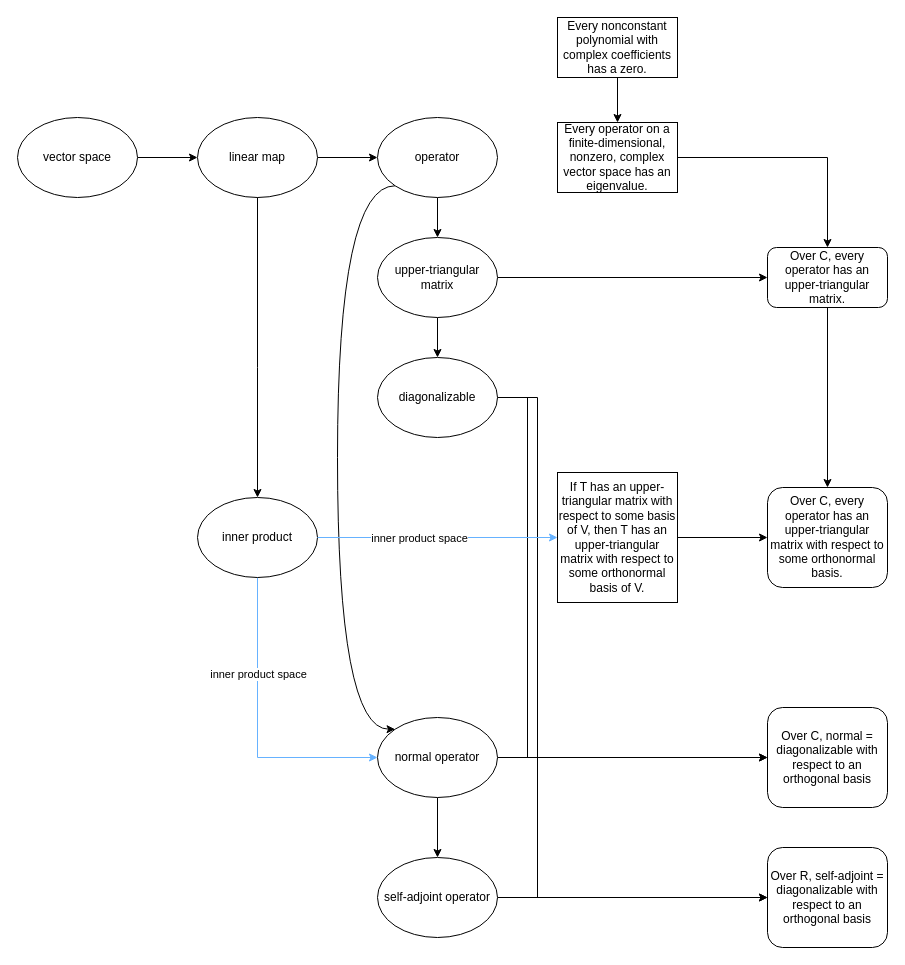
harwise/diagrams keeps this draw.io diagram as Untitled Diagram.drawio. Above is the earlier version. Source tidied: cells renumbered, new cells numbered last; positions are measured from the earlier drawing's top-left corner, leaving out a move shared by most shapes. Both pictures are drawn from the tidied source at 100%, with x=0, y=0 at pixel (17, 17).
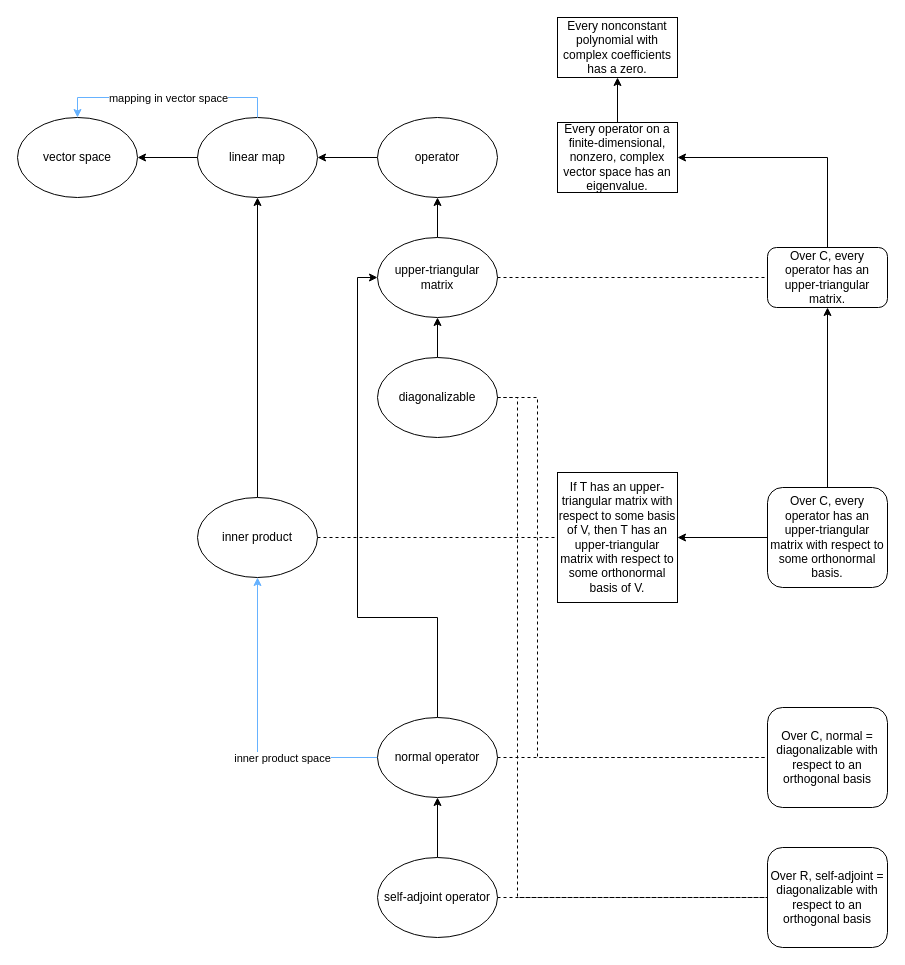
After the change.

Unchanged cells that the change refers to:
```xml
<mxCell id="3" value="linear map" style="ellipse;whiteSpace=wrap;html=1;" parent="1" vertex="1">
  <mxGeometry x="180" y="100" width="120" height="80" as="geometry" />
</mxCell>
<mxCell id="6" value="vector space" style="ellipse;whiteSpace=wrap;html=1;" parent="1" vertex="1">
  <mxGeometry y="100" width="120" height="80" as="geometry" />
</mxCell>
<mxCell id="9" value="operator" style="ellipse;whiteSpace=wrap;html=1;" parent="1" vertex="1">
  <mxGeometry x="360" y="100" width="120" height="80" as="geometry" />
</mxCell>
<mxCell id="12" value="upper-triangular matrix" style="ellipse;whiteSpace=wrap;html=1;" parent="1" vertex="1">
  <mxGeometry x="360" y="220" width="120" height="80" as="geometry" />
</mxCell>
<mxCell id="14" value="&lt;span&gt;Every nonconstant polynomial with complex coefficients has a zero.&lt;/span&gt;" style="rounded=0;whiteSpace=wrap;html=1;" parent="1" vertex="1">
  <mxGeometry x="540" width="120" height="60" as="geometry" />
</mxCell>
<mxCell id="16" value="&lt;span&gt;Every operator on a finite-dimensional, nonzero, complex vector space has an eigenvalue.&lt;/span&gt;" style="rounded=0;whiteSpace=wrap;html=1;" parent="1" vertex="1">
  <mxGeometry x="540" y="105" width="120" height="70" as="geometry" />
</mxCell>
<mxCell id="18" value="Over C, every operator has an upper-triangular matrix." style="rounded=1;whiteSpace=wrap;html=1;" parent="1" vertex="1">
  <mxGeometry x="750" y="230" width="120" height="60" as="geometry" />
</mxCell>
<mxCell id="21" value="diagonalizable" style="ellipse;whiteSpace=wrap;html=1;" parent="1" vertex="1">
  <mxGeometry x="360" y="340" width="120" height="80" as="geometry" />
</mxCell>
<mxCell id="24" value="inner product" style="ellipse;whiteSpace=wrap;html=1;" parent="1" vertex="1">
  <mxGeometry x="180" y="480" width="120" height="80" as="geometry" />
</mxCell>
<mxCell id="26" value="Over C, every operator has an upper-triangular matrix with respect to some orthonormal basis." style="rounded=1;whiteSpace=wrap;html=1;" parent="1" vertex="1">
  <mxGeometry x="750" y="470" width="120" height="100" as="geometry" />
</mxCell>
<mxCell id="27" value="&lt;span&gt;If T has an upper-triangular matrix with respect to some basis of V, then T has an upper-triangular matrix with respect to some orthonormal basis of V.&lt;/span&gt;" style="rounded=0;whiteSpace=wrap;html=1;" parent="1" vertex="1">
  <mxGeometry x="540" y="455" width="120" height="130" as="geometry" />
</mxCell>
<mxCell id="30" value="normal operator" style="ellipse;whiteSpace=wrap;html=1;" parent="1" vertex="1">
  <mxGeometry x="360" y="700" width="120" height="80" as="geometry" />
</mxCell>
<mxCell id="32" value="self-adjoint operator" style="ellipse;whiteSpace=wrap;html=1;" parent="1" vertex="1">
  <mxGeometry x="360" y="840" width="120" height="80" as="geometry" />
</mxCell>
<mxCell id="33" value="Over C, normal = diagonalizable with respect to an orthogonal basis" style="rounded=1;whiteSpace=wrap;html=1;" parent="1" vertex="1">
  <mxGeometry x="750" y="690" width="120" height="100" as="geometry" />
</mxCell>
<mxCell id="34" value="Over R, self-adjoint = diagonalizable with respect to an orthogonal basis" style="rounded=1;whiteSpace=wrap;html=1;" parent="1" vertex="1">
  <mxGeometry x="750" y="830" width="120" height="100" as="geometry" />
</mxCell>
```

The edit, as a diff of the source:
```diff
@@
-    <mxCell id="2" style="edgeStyle=orthogonalEdgeStyle;rounded=0;jettySize=auto;html=1;exitX=1;exitY=0.5;exitDx=0;exitDy=0;entryX=0;entryY=0.5;entryDx=0;entryDy=0;" parent="1" edge="1" source="3" target="9">
+    <mxCell id="2" style="edgeStyle=orthogonalEdgeStyle;rounded=0;jettySize=auto;html=1;exitX=0;exitY=0.5;exitDx=0;exitDy=0;entryX=1;entryY=0.5;entryDx=0;entryDy=0;" parent="1" edge="1" source="9" target="3">
       <mxGeometry relative="1" as="geometry" />
     </mxCell>
@@
-    <mxCell id="4" style="edgeStyle=orthogonalEdgeStyle;rounded=0;jettySize=auto;html=1;exitX=1;exitY=0.5;exitDx=0;exitDy=0;entryX=0;entryY=0.5;entryDx=0;entryDy=0;" parent="1" edge="1" source="6" target="3">
+    <mxCell id="4" style="edgeStyle=orthogonalEdgeStyle;rounded=0;jettySize=auto;html=1;exitX=0;exitY=0.5;exitDx=0;exitDy=0;entryX=1;entryY=0.5;entryDx=0;entryDy=0;" parent="1" edge="1" source="3" target="6">
       <mxGeometry relative="1" as="geometry" />
     </mxCell>
-    <mxCell id="5" style="edgeStyle=orthogonalEdgeStyle;rounded=0;jettySize=auto;html=1;exitX=0.5;exitY=1;exitDx=0;exitDy=0;entryX=0.5;entryY=0;entryDx=0;entryDy=0;" parent="1" edge="1" source="3" target="24">
-      <mxGeometry relative="1" as="geometry">
-        <Array as="points">
-          <mxPoint x="240" y="350" />
-          <mxPoint x="240" y="350" />
-        </Array>
-      </mxGeometry>
+    <mxCell id="5" style="edgeStyle=orthogonalEdgeStyle;rounded=0;jettySize=auto;html=1;entryX=0.5;entryY=1;entryDx=0;entryDy=0;" parent="1" edge="1" source="24" target="3">
+      <mxGeometry relative="1" as="geometry" />
     </mxCell>
@@
-    <mxCell id="7" style="edgeStyle=orthogonalEdgeStyle;rounded=0;jettySize=auto;html=1;exitX=0.5;exitY=1;exitDx=0;exitDy=0;" parent="1" edge="1" source="9" target="12">
+    <mxCell id="7" style="edgeStyle=orthogonalEdgeStyle;rounded=0;jettySize=auto;html=1;exitX=0.5;exitY=0;exitDx=0;exitDy=0;entryX=0.5;entryY=1;entryDx=0;entryDy=0;" parent="1" edge="1" source="12" target="9">
       <mxGeometry relative="1" as="geometry" />
     </mxCell>
-    <mxCell id="8" style="edgeStyle=orthogonalEdgeStyle;curved=1;rounded=0;jettySize=auto;html=1;exitX=0;exitY=1;exitDx=0;exitDy=0;entryX=0;entryY=0;entryDx=0;entryDy=0;" parent="1" edge="1" source="9" target="30">
-      <mxGeometry relative="1" as="geometry">
-        <Array as="points">
-          <mxPoint x="320" y="168" />
-          <mxPoint x="320" y="712" />
-        </Array>
-      </mxGeometry>
-    </mxCell>
@@
-    <mxCell id="10" style="edgeStyle=orthogonalEdgeStyle;rounded=0;jettySize=auto;html=1;exitX=1;exitY=0.5;exitDx=0;exitDy=0;" parent="1" edge="1" source="12" target="18">
-      <mxGeometry relative="1" as="geometry" />
-    </mxCell>
-    <mxCell id="11" style="edgeStyle=orthogonalEdgeStyle;rounded=0;jettySize=auto;html=1;exitX=0.5;exitY=1;exitDx=0;exitDy=0;entryX=0.5;entryY=0;entryDx=0;entryDy=0;" parent="1" edge="1" source="12" target="21">
+    <mxCell id="11" style="edgeStyle=orthogonalEdgeStyle;rounded=0;jettySize=auto;html=1;exitX=0.5;exitY=0;exitDx=0;exitDy=0;entryX=0.5;entryY=1;entryDx=0;entryDy=0;" parent="1" edge="1" source="21" target="12">
       <mxGeometry relative="1" as="geometry" />
     </mxCell>
@@
-    <mxCell id="13" style="edgeStyle=orthogonalEdgeStyle;rounded=0;jettySize=auto;html=1;exitX=0.5;exitY=1;exitDx=0;exitDy=0;entryX=0.5;entryY=0;entryDx=0;entryDy=0;" parent="1" edge="1" source="14" target="16">
+    <mxCell id="13" style="edgeStyle=orthogonalEdgeStyle;rounded=0;jettySize=auto;html=1;exitX=0.5;exitY=0;exitDx=0;exitDy=0;entryX=0.5;entryY=1;entryDx=0;entryDy=0;" parent="1" edge="1" source="16" target="14">
       <mxGeometry relative="1" as="geometry" />
     </mxCell>
@@
-    <mxCell id="15" style="edgeStyle=orthogonalEdgeStyle;rounded=0;jettySize=auto;html=1;exitX=1;exitY=0.5;exitDx=0;exitDy=0;entryX=0.5;entryY=0;entryDx=0;entryDy=0;" parent="1" edge="1" source="16" target="18">
+    <mxCell id="15" style="edgeStyle=orthogonalEdgeStyle;rounded=0;jettySize=auto;html=1;exitX=0.5;exitY=0;exitDx=0;exitDy=0;entryX=1;entryY=0.5;entryDx=0;entryDy=0;" parent="1" edge="1" source="18" target="16">
       <mxGeometry relative="1" as="geometry" />
     </mxCell>
@@
-    <mxCell id="17" style="edgeStyle=orthogonalEdgeStyle;rounded=0;jettySize=auto;html=1;exitX=0.5;exitY=1;exitDx=0;exitDy=0;entryX=0.5;entryY=0;entryDx=0;entryDy=0;" parent="1" edge="1" source="18" target="26">
+    <mxCell id="17" style="edgeStyle=orthogonalEdgeStyle;rounded=0;jettySize=auto;html=1;exitX=0.5;exitY=0;exitDx=0;exitDy=0;entryX=0.5;entryY=1;entryDx=0;entryDy=0;" parent="1" edge="1" source="26" target="18">
       <mxGeometry relative="1" as="geometry" />
     </mxCell>
@@
-    <mxCell id="19" style="edgeStyle=orthogonalEdgeStyle;rounded=0;jettySize=auto;html=1;exitX=1;exitY=0.5;exitDx=0;exitDy=0;entryX=0;entryY=0.5;entryDx=0;entryDy=0;shadow=0;strokeColor=#000000;fillColor=#97D077;" parent="1" edge="1" source="21" target="33">
-      <mxGeometry relative="1" as="geometry">
-        <Array as="points">
-          <mxPoint x="510" y="380" />
-          <mxPoint x="510" y="740" />
-        </Array>
-      </mxGeometry>
-    </mxCell>
-    <mxCell id="20" style="edgeStyle=orthogonalEdgeStyle;rounded=0;jettySize=auto;html=1;exitX=1;exitY=0.5;exitDx=0;exitDy=0;entryX=0;entryY=0.5;entryDx=0;entryDy=0;shadow=0;strokeColor=#000000;fillColor=#97D077;" parent="1" edge="1" source="21" target="34">
-      <mxGeometry relative="1" as="geometry">
-        <Array as="points">
-          <mxPoint x="520" y="380" />
-          <mxPoint x="520" y="880" />
-        </Array>
-      </mxGeometry>
-    </mxCell>
@@
-    <mxCell id="22" style="edgeStyle=orthogonalEdgeStyle;rounded=0;jettySize=auto;html=1;exitX=0.5;exitY=1;exitDx=0;exitDy=0;entryX=0;entryY=0.5;entryDx=0;entryDy=0;shadow=0;strokeColor=#66B2FF;fillColor=#97D077;" parent="1" edge="1" source="24" target="30">
+    <mxCell id="22" style="edgeStyle=orthogonalEdgeStyle;rounded=0;jettySize=auto;html=1;exitX=0;exitY=0.5;exitDx=0;exitDy=0;shadow=0;strokeColor=#66B2FF;fillColor=#97D077;entryX=0.5;entryY=1;entryDx=0;entryDy=0;" parent="1" edge="1" source="30" target="24">
       <mxGeometry relative="1" as="geometry" />
     </mxCell>
@@
-    <mxCell id="25" style="edgeStyle=orthogonalEdgeStyle;rounded=0;jettySize=auto;html=1;entryX=0;entryY=0.5;entryDx=0;entryDy=0;" parent="1" edge="1" source="27" target="26">
+    <mxCell id="25" style="edgeStyle=orthogonalEdgeStyle;rounded=0;jettySize=auto;html=1;exitX=0;exitY=0.5;exitDx=0;exitDy=0;entryX=1;entryY=0.5;entryDx=0;entryDy=0;" parent="1" edge="1" source="26" target="27">
       <mxGeometry relative="1" as="geometry" />
     </mxCell>
@@
-    <mxCell id="28" style="edgeStyle=orthogonalEdgeStyle;rounded=0;jettySize=auto;html=1;exitX=0.5;exitY=1;exitDx=0;exitDy=0;entryX=0.5;entryY=0;entryDx=0;entryDy=0;shadow=0;strokeColor=#000000;fillColor=#97D077;" parent="1" edge="1" source="30" target="32">
+    <mxCell id="28" style="edgeStyle=orthogonalEdgeStyle;rounded=0;jettySize=auto;html=1;exitX=0.5;exitY=0;exitDx=0;exitDy=0;shadow=0;strokeColor=#000000;fillColor=#97D077;entryX=0.5;entryY=1;entryDx=0;entryDy=0;" parent="1" edge="1" source="32" target="30">
       <mxGeometry relative="1" as="geometry" />
     </mxCell>
-    <mxCell id="29" style="edgeStyle=orthogonalEdgeStyle;rounded=0;jettySize=auto;html=1;exitX=1;exitY=0.5;exitDx=0;exitDy=0;shadow=0;strokeColor=#000000;fillColor=#97D077;" parent="1" edge="1" source="30" target="33">
-      <mxGeometry relative="1" as="geometry">
-        <Array as="points">
-          <mxPoint x="650" y="740" />
-          <mxPoint x="650" y="740" />
-        </Array>
-      </mxGeometry>
-    </mxCell>
+    <mxCell id="37" style="edgeStyle=orthogonalEdgeStyle;rounded=0;jettySize=auto;html=1;exitX=0.5;exitY=0;exitDx=0;exitDy=0;entryX=0;entryY=0.5;entryDx=0;entryDy=0;shadow=0;strokeColor=#000000;fillColor=#007FFF;" parent="1" edge="1" source="30" target="12">
+      <mxGeometry relative="1" as="geometry">
+        <Array as="points">
+          <mxPoint x="420" y="600" />
+          <mxPoint x="340" y="600" />
+          <mxPoint x="340" y="260" />
+        </Array>
+      </mxGeometry>
+    </mxCell>
@@
-    <mxCell id="31" style="edgeStyle=orthogonalEdgeStyle;rounded=0;jettySize=auto;html=1;exitX=1;exitY=0.5;exitDx=0;exitDy=0;entryX=0;entryY=0.5;entryDx=0;entryDy=0;shadow=0;strokeColor=#000000;fillColor=#97D077;" parent="1" edge="1" source="32" target="34">
-      <mxGeometry relative="1" as="geometry" />
-    </mxCell>
@@
+    <mxCell id="38" style="edgeStyle=orthogonalEdgeStyle;rounded=0;jettySize=auto;html=1;exitX=0.5;exitY=0;exitDx=0;exitDy=0;entryX=0.5;entryY=0;entryDx=0;entryDy=0;shadow=0;strokeColor=#66B2FF;fillColor=#97D077;" parent="1" edge="1" source="3" target="6">
+      <mxGeometry relative="1" as="geometry" />
+    </mxCell>
+    <mxCell id="39" value="mapping in vector space" style="edgeLabel;html=1;align=center;verticalAlign=middle;" parent="38" vertex="1">
+      <mxGeometry x="-0.36" relative="1" as="geometry">
+        <mxPoint x="-40" as="offset" />
+      </mxGeometry>
+    </mxCell>
+    <mxCell id="10" style="endArrow=none;dashed=1;html=1;rounded=0;shadow=0;strokeColor=#000000;fillColor=#007FFF;entryX=0;entryY=0.5;entryDx=0;entryDy=0;exitX=1;exitY=0.5;exitDx=0;exitDy=0;" parent="1" edge="1" source="12" target="18">
+      <mxGeometry relative="1" as="geometry" />
+    </mxCell>
-    <mxCell id="35" style="edgeStyle=orthogonalEdgeStyle;rounded=0;jettySize=auto;html=1;exitX=1;exitY=0.5;exitDx=0;exitDy=0;entryX=0;entryY=0.5;entryDx=0;entryDy=0;shadow=0;strokeColor=#66B2FF;fillColor=#97D077;" parent="1" edge="1" source="24" target="27">
+    <mxCell id="35" style="endArrow=none;dashed=1;html=1;rounded=0;shadow=0;strokeColor=#000000;fillColor=#007FFF;entryX=0;entryY=0.5;entryDx=0;entryDy=0;exitX=1;exitY=0.5;exitDx=0;exitDy=0;" parent="1" edge="1" source="24" target="27">
       <mxGeometry relative="1" as="geometry" />
     </mxCell>
-    <mxCell id="36" value="inner product space" style="edgeLabel;html=1;align=center;verticalAlign=middle;" parent="35" vertex="1">
-      <mxGeometry x="-0.36" relative="1" as="geometry">
-        <mxPoint x="24" as="offset" />
-      </mxGeometry>
-    </mxCell>
+    <mxCell id="29" style="endArrow=none;dashed=1;html=1;rounded=0;shadow=0;strokeColor=#000000;fillColor=#007FFF;entryX=0;entryY=0.5;entryDx=0;entryDy=0;exitX=1;exitY=0.5;exitDx=0;exitDy=0;" parent="1" edge="1" source="30" target="33">
+      <mxGeometry relative="1" as="geometry" />
+    </mxCell>
+    <mxCell id="31" style="endArrow=none;dashed=1;html=1;rounded=0;shadow=0;strokeColor=#000000;fillColor=#007FFF;entryX=0;entryY=0.5;entryDx=0;entryDy=0;exitX=1;exitY=0.5;exitDx=0;exitDy=0;" parent="1" edge="1" source="32" target="34">
+      <mxGeometry relative="1" as="geometry" />
+    </mxCell>
+    <mxCell id="19" style="endArrow=none;dashed=1;html=1;rounded=0;shadow=0;strokeColor=#000000;fillColor=#007FFF;entryX=0;entryY=0.5;entryDx=0;entryDy=0;exitX=1;exitY=0.5;exitDx=0;exitDy=0;edgeStyle=orthogonalEdgeStyle;elbow=vertical;" parent="1" edge="1" source="21" target="33">
+      <mxGeometry relative="1" as="geometry">
+        <Array as="points">
+          <mxPoint x="520" y="380" />
+          <mxPoint x="520" y="740" />
+        </Array>
+      </mxGeometry>
+    </mxCell>
+    <mxCell id="20" style="endArrow=none;dashed=1;html=1;rounded=0;shadow=0;strokeColor=#000000;fillColor=#007FFF;entryX=0;entryY=0.5;entryDx=0;entryDy=0;exitX=1;exitY=0.5;exitDx=0;exitDy=0;edgeStyle=orthogonalEdgeStyle;elbow=vertical;" parent="1" edge="1" source="21" target="34">
+      <mxGeometry relative="1" as="geometry">
+        <Array as="points">
+          <mxPoint x="500" y="380" />
+          <mxPoint x="500" y="880" />
+        </Array>
+      </mxGeometry>
+    </mxCell>
```
